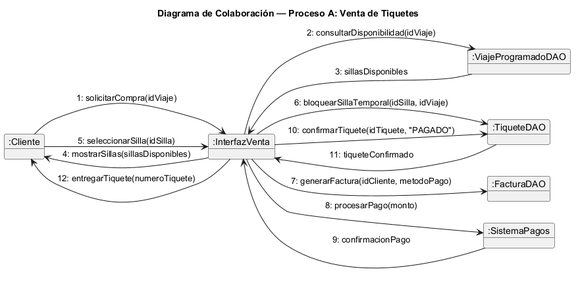
This is docs/parcial-primer-corte/diagramas/colaboracion/colaboracion_venta_tiquetes.png from SKing25/Copetran-, a PlantUML export, as it was before one commit.
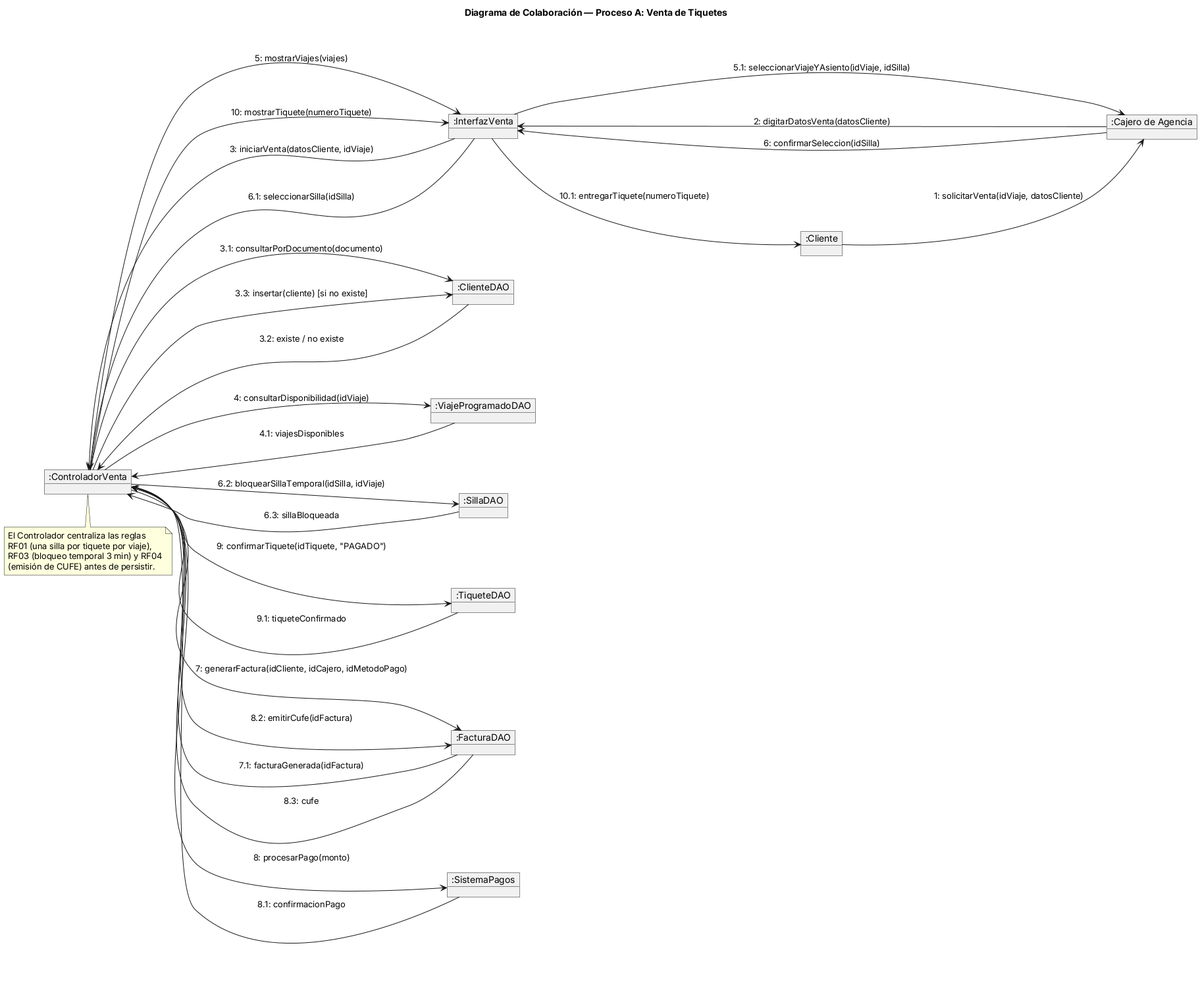
Above is the later version.

What changed in the source:
```diff
@@ -1,25 +1,49 @@
 @startuml colaboracion_venta_tiquetes
-!pragma layout smetana
 title Diagrama de Colaboración — Proceso A: Venta de Tiquetes
+skinparam nodesep 50
+skinparam ranksep 70
 left to right direction
 
 object ":Cliente" as cliente
+object ":Cajero de Agencia" as cajero
 object ":InterfazVenta" as ui
+object ":ControladorVenta" as ctrl
+object ":ClienteDAO" as clienteDAO
 object ":ViajeProgramadoDAO" as viajeDAO
+object ":SillaDAO" as sillaDAO
 object ":TiqueteDAO" as tiqueteDAO
 object ":FacturaDAO" as facturaDAO
 object ":SistemaPagos" as pagos
 
-cliente --> ui : 1: solicitarCompra(idViaje)
-ui --> viajeDAO : 2: consultarDisponibilidad(idViaje)
-viajeDAO --> ui : 3: sillasDisponibles
-ui --> cliente : 4: mostrarSillas(sillasDisponibles)
-cliente --> ui : 5: seleccionarSilla(idSilla)
-ui --> tiqueteDAO : 6: bloquearSillaTemporal(idSilla, idViaje)
-ui --> facturaDAO : 7: generarFactura(idCliente, metodoPago)
-ui --> pagos : 8: procesarPago(monto)
-pagos --> ui : 9: confirmacionPago
-ui --> tiqueteDAO : 10: confirmarTiquete(idTiquete, "PAGADO")
-tiqueteDAO --> ui : 11: tiqueteConfirmado
-ui --> cliente : 12: entregarTiquete(numeroTiquete)
+cliente --> cajero : 1: solicitarVenta(idViaje, datosCliente)
+cajero --> ui : 2: digitarDatosVenta(datosCliente)
+ui --> ctrl : 3: iniciarVenta(datosCliente, idViaje)
+ctrl --> clienteDAO : 3.1: consultarPorDocumento(documento)
+clienteDAO --> ctrl : 3.2: existe / no existe
+ctrl --> clienteDAO : 3.3: insertar(cliente) [si no existe]
+ctrl --> viajeDAO : 4: consultarDisponibilidad(idViaje)
+viajeDAO --> ctrl : 4.1: viajesDisponibles
+ctrl --> ui : 5: mostrarViajes(viajes)
+ui --> cajero : 5.1: seleccionarViajeYAsiento(idViaje, idSilla)
+cajero --> ui : 6: confirmarSeleccion(idSilla)
+ui --> ctrl : 6.1: seleccionarSilla(idSilla)
+ctrl --> sillaDAO : 6.2: bloquearSillaTemporal(idSilla, idViaje)
+sillaDAO --> ctrl : 6.3: sillaBloqueada
+ctrl --> facturaDAO : 7: generarFactura(idCliente, idCajero, idMetodoPago)
+facturaDAO --> ctrl : 7.1: facturaGenerada(idFactura)
+ctrl --> pagos : 8: procesarPago(monto)
+pagos --> ctrl : 8.1: confirmacionPago
+ctrl --> facturaDAO : 8.2: emitirCufe(idFactura)
+facturaDAO --> ctrl : 8.3: cufe
+ctrl --> tiqueteDAO : 9: confirmarTiquete(idTiquete, "PAGADO")
+tiqueteDAO --> ctrl : 9.1: tiqueteConfirmado
+ctrl --> ui : 10: mostrarTiquete(numeroTiquete)
+ui --> cliente : 10.1: entregarTiquete(numeroTiquete)
+
+note bottom of ctrl
+  El Controlador centraliza las reglas
+  RF01 (una silla por tiquete por viaje),
+  RF03 (bloqueo temporal 3 min) y RF04
+  (emisión de CUFE) antes de persistir.
+end note
 @enduml
```
